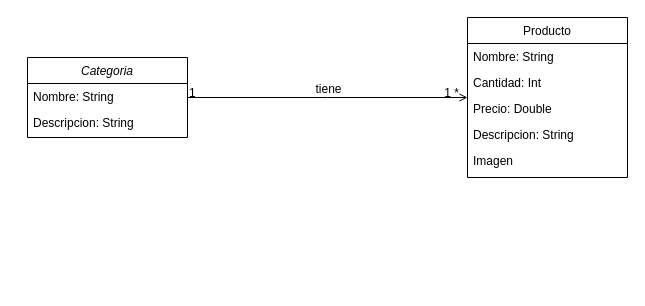
Earlier version of the draw.io diagram Diagrama/inventario.drawio (ferleon82/Modelos_Grupo_3). Source tidied: cells renumbered, new cells numbered last; positions are measured from the earlier drawing's top-left corner, leaving out a move shared by most shapes. Both pictures are drawn from the tidied source at 100%, with x=0, y=0 at pixel (27, 17).
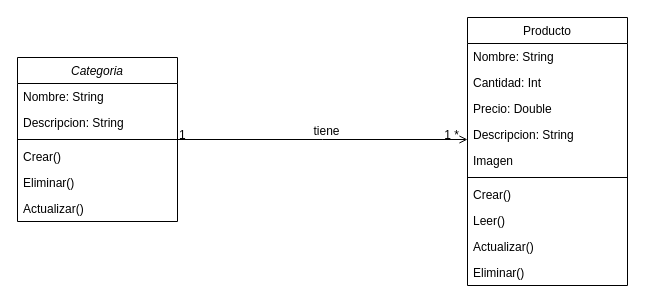
The same page after the edit.

The edit, as a diff of the source:
```diff
@@
     <mxCell id="2" value="Categoria" style="swimlane;fontStyle=2;align=center;verticalAlign=top;horizontal=1;startSize=26;rounded=0;shadow=0;strokeWidth=1;" parent="1" vertex="1">
-      <mxGeometry y="40" width="160" height="80" as="geometry" />
+      <mxGeometry x="-10" y="40" width="160" height="164" as="geometry" />
     </mxCell>
@@
+    <mxCell id="15" style="line;html=1;strokeWidth=1;align=left;verticalAlign=middle;spacingTop=-1;spacingLeft=3;spacingRight=3;labelPosition=right;" parent="2" vertex="1">
+      <mxGeometry y="78" width="160" height="8" as="geometry" />
+    </mxCell>
+    <mxCell id="16" value="Crear()" style="text;align=left;verticalAlign=top;spacingLeft=4;spacingRight=4;overflow=hidden;" parent="2" vertex="1">
+      <mxGeometry y="86" width="160" height="26" as="geometry" />
+    </mxCell>
+    <mxCell id="17" value="Eliminar()" style="text;align=left;verticalAlign=top;spacingLeft=4;spacingRight=4;overflow=hidden;" parent="2" vertex="1">
+      <mxGeometry y="112" width="160" height="26" as="geometry" />
+    </mxCell>
+    <mxCell id="18" value="Actualizar()" style="text;align=left;verticalAlign=top;spacingLeft=4;spacingRight=4;overflow=hidden;" parent="2" vertex="1">
+      <mxGeometry y="138" width="160" height="26" as="geometry" />
+    </mxCell>
     <mxCell id="5" value="Producto" style="swimlane;fontStyle=0;align=center;verticalAlign=top;horizontal=1;startSize=26;rounded=0;shadow=0;strokeWidth=1;" parent="1" vertex="1">
-      <mxGeometry x="440" width="160" height="160" as="geometry" />
+      <mxGeometry x="440" width="160" height="268" as="geometry" />
     </mxCell>
@@
+    <mxCell id="19" style="line;html=1;strokeWidth=1;align=left;verticalAlign=middle;spacingTop=-1;spacingLeft=3;spacingRight=3;labelPosition=right;" parent="5" vertex="1">
+      <mxGeometry y="156" width="160" height="8" as="geometry" />
+    </mxCell>
+    <mxCell id="20" value="Crear()&#10;" style="text;align=left;verticalAlign=top;spacingLeft=4;spacingRight=4;overflow=hidden;" parent="5" vertex="1">
+      <mxGeometry y="164" width="160" height="26" as="geometry" />
+    </mxCell>
+    <mxCell id="21" value="Leer()&#10;" style="text;align=left;verticalAlign=top;spacingLeft=4;spacingRight=4;overflow=hidden;" parent="5" vertex="1">
+      <mxGeometry y="190" width="160" height="26" as="geometry" />
+    </mxCell>
+    <mxCell id="22" value="Actualizar()&#10;" style="text;align=left;verticalAlign=top;spacingLeft=4;spacingRight=4;overflow=hidden;" parent="5" vertex="1">
+      <mxGeometry y="216" width="160" height="26" as="geometry" />
+    </mxCell>
+    <mxCell id="23" value="Eliminar()&#10;" style="text;align=left;verticalAlign=top;spacingLeft=4;spacingRight=4;overflow=hidden;" parent="5" vertex="1">
+      <mxGeometry y="242" width="160" height="26" as="geometry" />
+    </mxCell>
```
